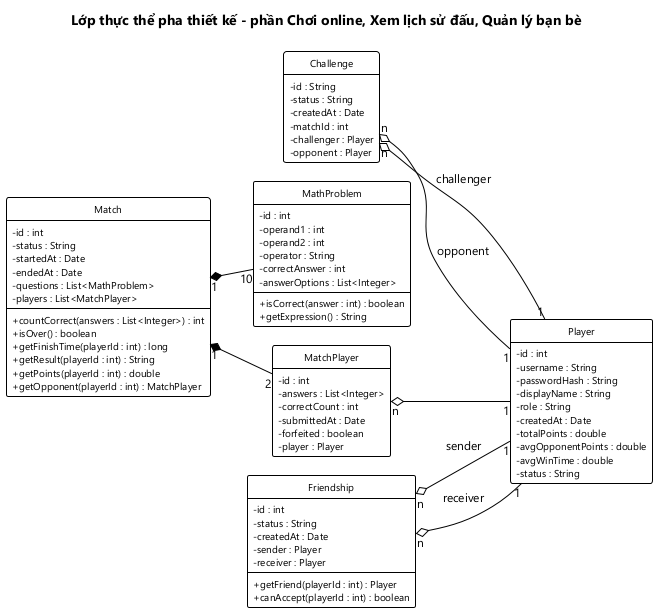
HungNguyenBa1811/math-dash keeps this PlantUML diagram as docs/hung/lop-thuc-the-hung.png. Above is the earlier version.
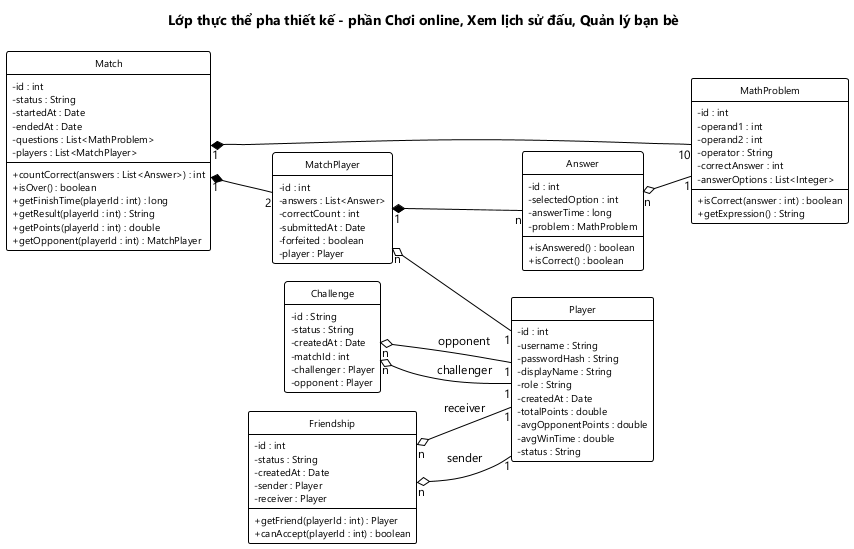
After the commit.

What changed in the source:
```diff
@@ -56,7 +56,7 @@
   - endedAt : Date
   - questions : List<MathProblem>
   - players : List<MatchPlayer>
-  + countCorrect(answers : List<Integer>) : int
+  + countCorrect(answers : List<Answer>) : int
   + isOver() : boolean
   + getFinishTime(playerId : int) : long
   + getResult(playerId : int) : String
@@ -65,11 +65,19 @@
 }
 class MatchPlayer {
   - id : int
-  - answers : List<Integer>
+  - answers : List<Answer>
   - correctCount : int
   - submittedAt : Date
   - forfeited : boolean
   - player : Player
+}
+class Answer {
+  - id : int
+  - selectedOption : int
+  - answerTime : long
+  - problem : MathProblem
+  + isAnswered() : boolean
+  + isCorrect() : boolean
 }
 class Friendship {
   - id : int
@@ -86,6 +94,8 @@
 Match "1" *-- "2" MatchPlayer
 MatchPlayer "n" o-- "1" Player
 Match "1" *-- "10" MathProblem
+MatchPlayer "1" *-- "n" Answer
+Answer "n" o-- "1" MathProblem
 Friendship "n" o-- "1" Player : sender
 Friendship "n" o-- "1" Player : receiver
 @enduml
```
